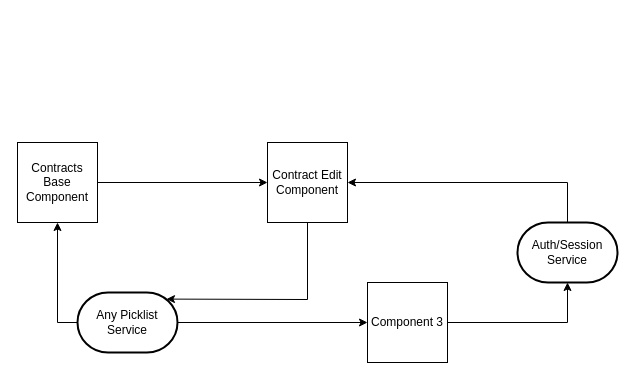
randhawagagan/diagrams keeps this draw.io diagram as page "Page-2" (2 of 3) of component-data-flow.drawio. Above is the earlier version. Source tidied: cells renumbered, new cells numbered last; positions are measured from the earlier drawing's top-left corner, leaving out a move shared by most shapes. Both pictures are drawn from the tidied source at 100%, with x=0, y=0 at pixel (17, 142).
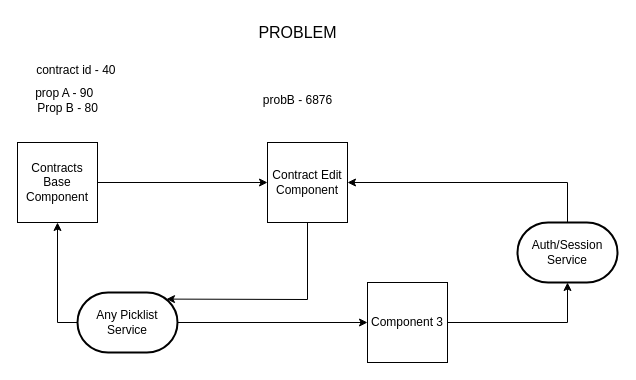
The same diagram, later.

What changed in the source:
```diff
@@
+    <mxCell id="13" value="&lt;font style=&quot;font-size: 16px;&quot;&gt;PROBLEM&lt;/font&gt;" style="text;html=1;align=center;verticalAlign=middle;strokeColor=none;fillColor=none;" parent="1" vertex="1">
+      <mxGeometry x="230" y="-125" width="100" height="30" as="geometry" />
+    </mxCell>
+    <mxCell id="14" value="prop A - 90&amp;nbsp;&amp;nbsp;&lt;div&gt;Prop B - 80&lt;/div&gt;" style="text;html=1;align=center;verticalAlign=middle;strokeColor=none;fillColor=none;" parent="1" vertex="1">
+      <mxGeometry x="5" y="-62" width="90" height="40" as="geometry" />
+    </mxCell>
+    <mxCell id="15" value="probB - 6876" style="text;html=1;align=center;verticalAlign=middle;strokeColor=none;fillColor=none;" parent="1" vertex="1">
+      <mxGeometry x="235" y="-57" width="90" height="30" as="geometry" />
+    </mxCell>
+    <mxCell id="16" value="contract id - 40&amp;nbsp;" style="text;html=1;align=center;verticalAlign=middle;strokeColor=none;fillColor=none;" parent="1" vertex="1">
+      <mxGeometry x="5" y="-87" width="110" height="30" as="geometry" />
+    </mxCell>
```
